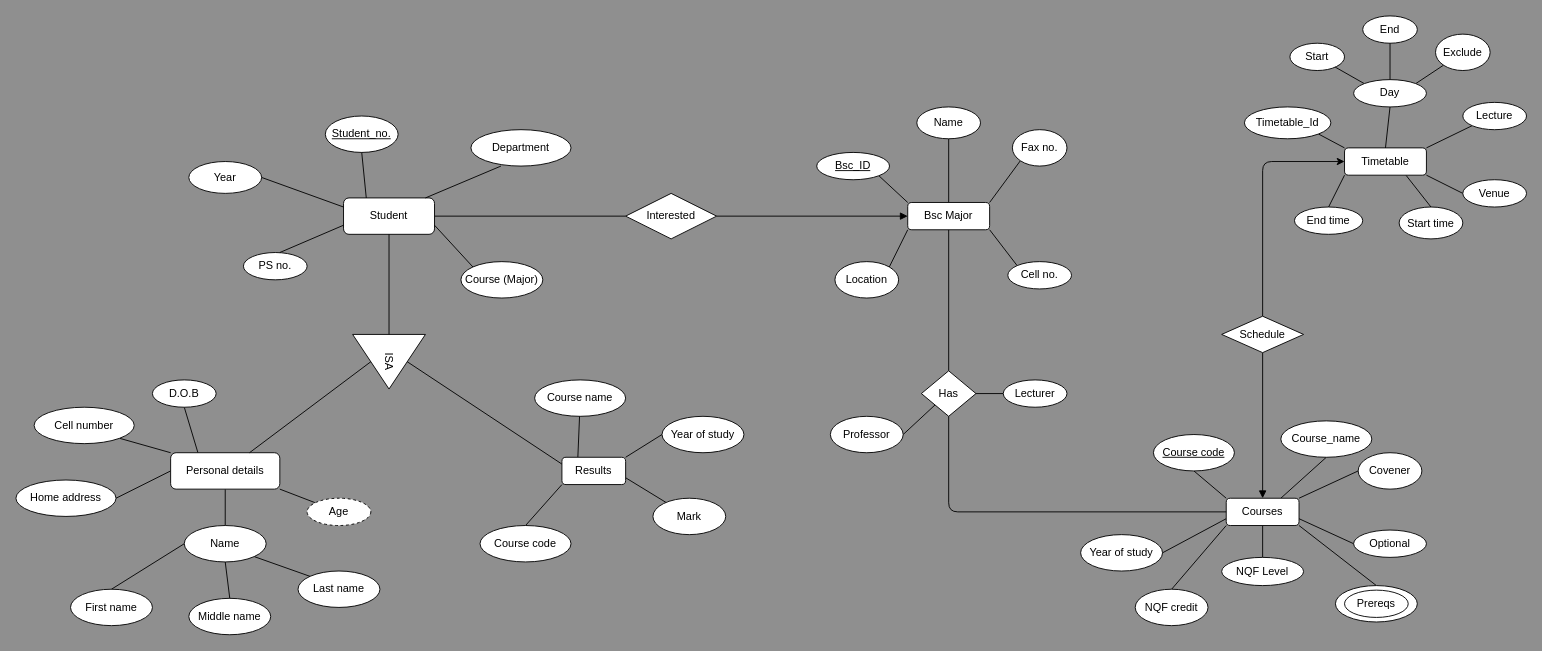
Earlier version of the draw.io diagram uml/CSC_Assigment.drawio (contawo/er_database_client). Source tidied: cells renumbered, new cells numbered last; positions are measured from the earlier drawing's top-left corner, leaving out a move shared by most shapes. Both pictures are drawn from the tidied source at 91%, with x=0, y=0 at pixel (15, 15).
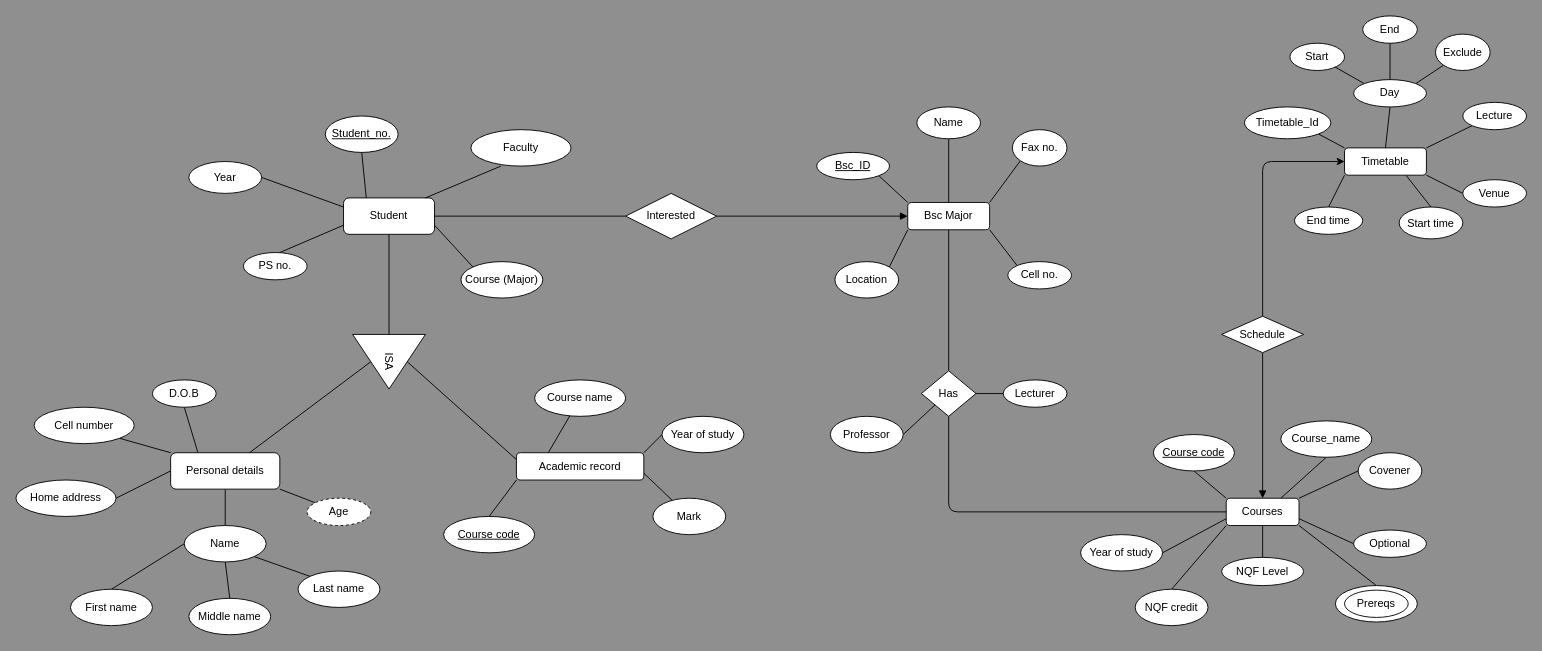
Above is the later version.

Change to the diagram source:
```diff
@@
-    <mxCell id="5" value="Department" style="ellipse;whiteSpace=wrap;html=1;" parent="1" vertex="1">
+    <mxCell id="5" value="Faculty" style="ellipse;whiteSpace=wrap;html=1;" parent="1" vertex="1">
       <mxGeometry x="500" y="125" width="110" height="40" as="geometry" />
     </mxCell>
@@
-    <mxCell id="19" value="Results" style="rounded=1;whiteSpace=wrap;html=1;" parent="1" vertex="1">
-      <mxGeometry x="600" y="485" width="70" height="30" as="geometry" />
+    <mxCell id="19" value="Academic record" style="rounded=1;whiteSpace=wrap;html=1;" parent="1" vertex="1">
+      <mxGeometry x="550" y="480" width="140" height="30" as="geometry" />
     </mxCell>
@@
-    <mxCell id="43" value="Course code" style="ellipse;whiteSpace=wrap;html=1;" parent="1" vertex="1">
-      <mxGeometry x="510" y="560" width="100" height="40" as="geometry" />
+    <mxCell id="43" value="&lt;u&gt;Course code&lt;/u&gt;" style="ellipse;whiteSpace=wrap;html=1;" parent="1" vertex="1">
+      <mxGeometry x="470" y="550" width="100" height="40" as="geometry" />
     </mxCell>
```
